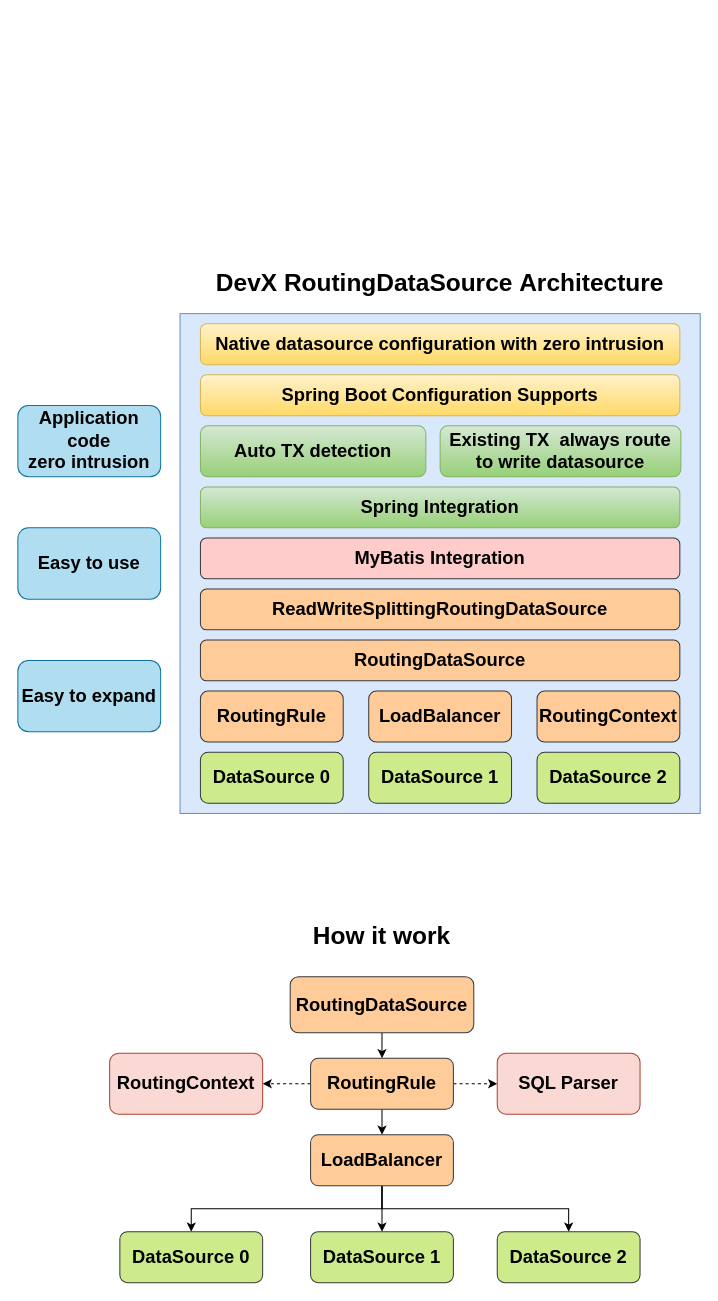
This is DevX/DevX-RoutingDataSource.drawio from GitHeP/diagrams, a draw.io file, before an edit. Source tidied: cells renumbered, new cells numbered last; positions are measured from the earlier drawing's top-left corner, leaving out a move shared by most shapes. Both pictures are drawn from the tidied source at 102%, with x=0, y=0 at pixel (17, 262).
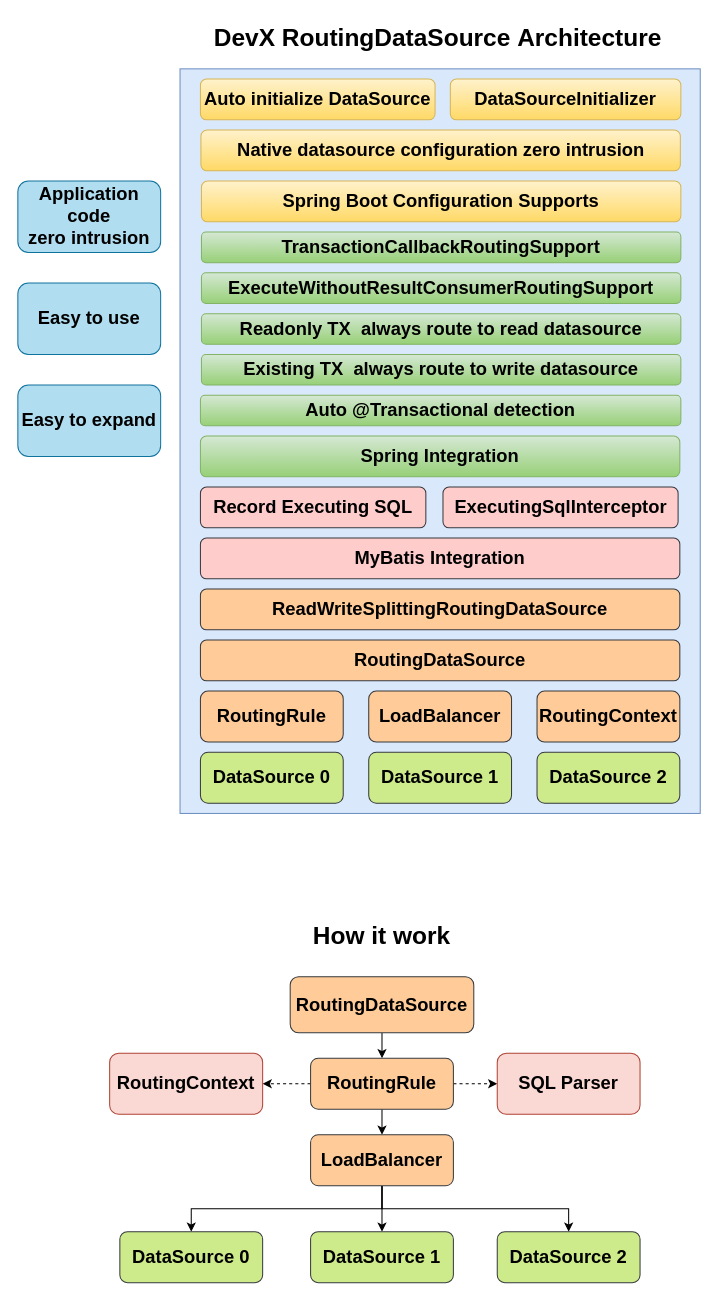
After the change.

Diff of the diagram source:
```diff
@@
     <mxCell id="2" style="rounded=0;whiteSpace=wrap;html=1;fillColor=#dae8fc;strokeColor=#6c8ebf;" parent="1" vertex="1">
-      <mxGeometry x="159" y="50" width="510" height="490" as="geometry" />
+      <mxGeometry x="159" y="-190" width="510" height="730" as="geometry" />
     </mxCell>
@@
     <mxCell id="11" value="&lt;font style=&quot;font-size: 18px;&quot;&gt;&lt;b&gt;Spring Integration&lt;/b&gt;&lt;/font&gt;" style="rounded=1;whiteSpace=wrap;html=1;fillColor=#d5e8d4;strokeColor=#82b366;gradientColor=#97d077;" parent="1" vertex="1">
-      <mxGeometry x="179" y="220" width="470" height="40" as="geometry" />
+      <mxGeometry x="179" y="170" width="470" height="40" as="geometry" />
     </mxCell>
     <mxCell id="12" value="&lt;font style=&quot;font-size: 18px;&quot;&gt;&lt;b&gt;Spring Boot Configuration Supports&lt;/b&gt;&lt;/font&gt;" style="rounded=1;whiteSpace=wrap;html=1;fillColor=#fff2cc;strokeColor=#d6b656;gradientColor=#ffd966;" parent="1" vertex="1">
-      <mxGeometry x="179" y="110" width="470" height="40" as="geometry" />
+      <mxGeometry x="180" y="-80" width="470" height="40" as="geometry" />
     </mxCell>
@@
     <mxCell id="14" value="&lt;font style=&quot;font-size: 18px;&quot;&gt;&lt;b&gt;Application code &lt;br&gt;zero intrusion&lt;/b&gt;&lt;/font&gt;" style="rounded=1;whiteSpace=wrap;html=1;fillColor=#b1ddf0;strokeColor=#10739e;" parent="1" vertex="1">
-      <mxGeometry y="140" width="140" height="70" as="geometry" />
+      <mxGeometry y="-80" width="140" height="70" as="geometry" />
     </mxCell>
     <mxCell id="15" value="&lt;font style=&quot;font-size: 18px;&quot;&gt;&lt;b&gt;Easy to use&lt;/b&gt;&lt;/font&gt;" style="rounded=1;whiteSpace=wrap;html=1;fillColor=#b1ddf0;strokeColor=#10739e;" parent="1" vertex="1">
-      <mxGeometry y="260" width="140" height="70" as="geometry" />
+      <mxGeometry y="20" width="140" height="70" as="geometry" />
     </mxCell>
     <mxCell id="16" value="&lt;b&gt;&lt;font style=&quot;font-size: 18px;&quot;&gt;Easy to expand&lt;/font&gt;&lt;/b&gt;" style="rounded=1;whiteSpace=wrap;html=1;fillColor=#b1ddf0;strokeColor=#10739e;" parent="1" vertex="1">
-      <mxGeometry y="390" width="140" height="70" as="geometry" />
+      <mxGeometry y="120" width="140" height="70" as="geometry" />
     </mxCell>
-    <mxCell id="17" value="&lt;b&gt;&lt;font style=&quot;font-size: 18px;&quot;&gt;Auto TX detection&lt;/font&gt;&lt;/b&gt;" style="rounded=1;whiteSpace=wrap;html=1;fillColor=#d5e8d4;strokeColor=#82b366;gradientColor=#97d077;" parent="1" vertex="1">
-      <mxGeometry x="179" y="160" width="221" height="50" as="geometry" />
+    <mxCell id="17" value="&lt;font style=&quot;font-size: 18px;&quot;&gt;&lt;b style=&quot;&quot;&gt;Auto @Transactional&amp;nbsp;detection&lt;/b&gt;&lt;/font&gt;" style="rounded=1;whiteSpace=wrap;html=1;fillColor=#d5e8d4;strokeColor=#82b366;gradientColor=#97d077;" parent="1" vertex="1">
+      <mxGeometry x="179" y="130" width="471" height="30" as="geometry" />
     </mxCell>
     <mxCell id="18" value="&lt;font style=&quot;font-size: 18px;&quot;&gt;&lt;b&gt;Existing TX&amp;nbsp;&amp;nbsp;&lt;/b&gt;&lt;/font&gt;&lt;b&gt;&lt;font style=&quot;font-size: 18px;&quot;&gt;always route to write datasource&lt;/font&gt;&lt;/b&gt;" style="rounded=1;whiteSpace=wrap;html=1;fillColor=#d5e8d4;strokeColor=#82b366;gradientColor=#97d077;" parent="1" vertex="1">
-      <mxGeometry x="414" y="160" width="236" height="50" as="geometry" />
+      <mxGeometry x="180" y="90" width="470" height="30" as="geometry" />
     </mxCell>
-    <mxCell id="19" value="&lt;b&gt;&lt;font style=&quot;font-size: 18px;&quot;&gt;Native datasource configuration with zero intrusion&lt;/font&gt;&lt;/b&gt;" style="rounded=1;whiteSpace=wrap;html=1;fillColor=#fff2cc;strokeColor=#d6b656;gradientColor=#ffd966;" parent="1" vertex="1">
-      <mxGeometry x="179" y="60" width="470" height="40" as="geometry" />
+    <mxCell id="19" value="&lt;b&gt;&lt;font style=&quot;font-size: 18px;&quot;&gt;Native datasource configuration zero intrusion&lt;/font&gt;&lt;/b&gt;" style="rounded=1;whiteSpace=wrap;html=1;fillColor=#fff2cc;strokeColor=#d6b656;gradientColor=#ffd966;" parent="1" vertex="1">
+      <mxGeometry x="179.5" y="-130" width="470" height="40" as="geometry" />
     </mxCell>
@@
     <mxCell id="34" value="&lt;font style=&quot;font-size: 24px;&quot;&gt;&lt;b style=&quot;&quot;&gt;DevX RoutingDataSource&amp;nbsp;Architecture&lt;/b&gt;&lt;/font&gt;" style="text;html=1;strokeColor=none;fillColor=none;align=center;verticalAlign=middle;whiteSpace=wrap;rounded=0;" parent="1" vertex="1">
-      <mxGeometry x="179" width="470" height="40" as="geometry" />
+      <mxGeometry x="177.2" y="-240" width="470" height="40" as="geometry" />
     </mxCell>
@@
+    <mxCell id="37" value="&lt;font style=&quot;font-size: 18px;&quot;&gt;&lt;b&gt;Auto&amp;nbsp;initialize DataSource&lt;/b&gt;&lt;/font&gt;" style="rounded=1;whiteSpace=wrap;html=1;fillColor=#fff2cc;strokeColor=#d6b656;gradientColor=#ffd966;" parent="1" vertex="1">
+      <mxGeometry x="179" y="-180" width="230" height="40" as="geometry" />
+    </mxCell>
+    <mxCell id="38" value="&lt;font style=&quot;font-size: 18px;&quot;&gt;&lt;b&gt;DataSourceInitializer&lt;/b&gt;&lt;/font&gt;" style="rounded=1;whiteSpace=wrap;html=1;fillColor=#fff2cc;strokeColor=#d6b656;gradientColor=#ffd966;" parent="1" vertex="1">
+      <mxGeometry x="424" y="-180" width="226" height="40" as="geometry" />
+    </mxCell>
+    <mxCell id="39" value="&lt;font style=&quot;&quot;&gt;&lt;font style=&quot;&quot;&gt;&lt;b&gt;&lt;font style=&quot;font-size: 18px;&quot;&gt;Record &lt;/font&gt;&lt;/b&gt;&lt;b style=&quot;font-size: 18px;&quot;&gt;Executing&lt;/b&gt;&lt;b style=&quot;font-size: 18px;&quot;&gt;&amp;nbsp;&lt;/b&gt;&lt;/font&gt;&lt;b style=&quot;font-size: 18px;&quot;&gt;SQL&lt;/b&gt;&lt;/font&gt;" style="rounded=1;whiteSpace=wrap;html=1;fillColor=#ffcccc;strokeColor=#36393d;" parent="1" vertex="1">
+      <mxGeometry x="179" y="220" width="221" height="40" as="geometry" />
+    </mxCell>
+    <mxCell id="40" value="&lt;b&gt;&lt;font style=&quot;font-size: 18px;&quot;&gt;ExecutingSqlInterceptor&lt;/font&gt;&lt;/b&gt;" style="rounded=1;whiteSpace=wrap;html=1;fillColor=#ffcccc;strokeColor=#36393d;" parent="1" vertex="1">
+      <mxGeometry x="416.8" y="220" width="230.5" height="40" as="geometry" />
+    </mxCell>
+    <mxCell id="41" value="&lt;font style=&quot;font-size: 18px;&quot;&gt;&lt;b&gt;Readonly TX&amp;nbsp;&amp;nbsp;&lt;/b&gt;&lt;/font&gt;&lt;b&gt;&lt;font style=&quot;font-size: 18px;&quot;&gt;always route to read datasource&lt;/font&gt;&lt;/b&gt;" style="rounded=1;whiteSpace=wrap;html=1;fillColor=#d5e8d4;strokeColor=#82b366;gradientColor=#97d077;" parent="1" vertex="1">
+      <mxGeometry x="180" y="50" width="470" height="30" as="geometry" />
+    </mxCell>
+    <mxCell id="42" value="&lt;b&gt;&lt;font style=&quot;font-size: 18px;&quot;&gt;ExecuteWithoutResultConsumerRoutingSupport&lt;/font&gt;&lt;/b&gt;" style="rounded=1;whiteSpace=wrap;html=1;fillColor=#d5e8d4;strokeColor=#82b366;gradientColor=#97d077;" parent="1" vertex="1">
+      <mxGeometry x="180" y="10" width="470" height="30" as="geometry" />
+    </mxCell>
+    <mxCell id="43" value="&lt;b&gt;&lt;font style=&quot;font-size: 18px;&quot;&gt;TransactionCallbackRoutingSupport&lt;/font&gt;&lt;/b&gt;" style="rounded=1;whiteSpace=wrap;html=1;fillColor=#d5e8d4;strokeColor=#82b366;gradientColor=#97d077;" parent="1" vertex="1">
+      <mxGeometry x="180" y="-30" width="470" height="30" as="geometry" />
+    </mxCell>
```
